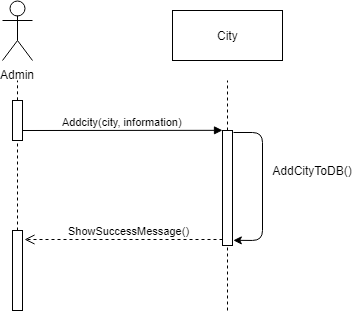
group-c/sw-project keeps this draw.io diagram as Behavioral/Sequence Diagram/Add city.png. Above is the earlier version. Source tidied: cells renumbered, new cells last; positions are measured from the earlier drawing's top-left corner, leaving out a move shared by most shapes. Source of this version:
```xml
<mxGraphModel>
  <root>
    <mxCell id="0" />
    <mxCell id="1" parent="0" />
    <mxCell id="2" value="Admin&lt;br&gt;" style="shape=umlActor;verticalLabelPosition=bottom;labelBackgroundColor=#ffffff;verticalAlign=top;html=1;" parent="1" vertex="1">
      <mxGeometry width="30" height="60" as="geometry" />
    </mxCell>
    <mxCell id="3" style="html=1;points=[];perimeter=orthogonalPerimeter;" parent="1" vertex="1">
      <mxGeometry x="10" y="100" width="10" height="40" as="geometry" />
    </mxCell>
    <mxCell id="4" style="endArrow=none;dashed=1;html=1;" parent="1" edge="1">
      <mxGeometry relative="1" as="geometry">
        <mxPoint x="225" y="130" as="sourcePoint" />
        <mxPoint x="225" y="80" as="targetPoint" />
      </mxGeometry>
    </mxCell>
    <mxCell id="5" value="City" style="html=1;" parent="1" vertex="1">
      <mxGeometry x="170" y="10" width="110" height="50" as="geometry" />
    </mxCell>
    <mxCell id="6" style="html=1;points=[];perimeter=orthogonalPerimeter;" parent="1" vertex="1">
      <mxGeometry x="220" y="130" width="10" height="115" as="geometry" />
    </mxCell>
    <mxCell id="7" value="Addcity(city, information)" style="html=1;verticalAlign=bottom;endArrow=block;entryX=0;entryY=0;exitX=0.922;exitY=0.994;exitDx=0;exitDy=0;exitPerimeter=0;" parent="1" edge="1" target="6">
      <mxGeometry relative="1" as="geometry">
        <mxPoint x="20" y="130" as="sourcePoint" />
      </mxGeometry>
    </mxCell>
    <mxCell id="8" value="ShowSuccessMessage()" style="html=1;verticalAlign=bottom;endArrow=open;dashed=1;endSize=8;exitX=0;exitY=0.95;" parent="1" edge="1" source="6">
      <mxGeometry x="-0.06" relative="1" as="geometry">
        <mxPoint x="22" y="239" as="targetPoint" />
      </mxGeometry>
    </mxCell>
    <mxCell id="9" style="endArrow=none;dashed=1;html=1;exitX=0.523;exitY=0.002;exitDx=0;exitDy=0;exitPerimeter=0;" parent="1" edge="1" source="3">
      <mxGeometry relative="1" as="geometry">
        <mxPoint x="15" y="80" as="targetPoint" />
      </mxGeometry>
    </mxCell>
    <mxCell id="10" style="endArrow=none;dashed=1;html=1;entryX=0.532;entryY=1.01;entryDx=0;entryDy=0;entryPerimeter=0;" parent="1" edge="1" target="3">
      <mxGeometry relative="1" as="geometry">
        <mxPoint x="15" y="230" as="sourcePoint" />
      </mxGeometry>
    </mxCell>
    <mxCell id="11" style="html=1;perimeter=orthogonalPerimeter;" parent="1" vertex="1">
      <mxGeometry x="10" y="230" width="10" height="80" as="geometry" />
    </mxCell>
    <mxCell id="12" style="endArrow=classic;html=1;entryX=1.056;entryY=0.956;entryDx=0;entryDy=0;entryPerimeter=0;" parent="1" edge="1" target="6">
      <mxGeometry relative="1" as="geometry">
        <mxPoint x="231" y="132" as="sourcePoint" />
        <Array as="points">
          <mxPoint x="260" y="132" />
          <mxPoint x="260" y="240" />
        </Array>
      </mxGeometry>
    </mxCell>
    <mxCell id="13" value="AddCityToDB()" style="text;html=1;strokeColor=none;fillColor=none;align=center;verticalAlign=middle;whiteSpace=wrap;rounded=0;" parent="1" vertex="1">
      <mxGeometry x="290" y="160" width="40" height="20" as="geometry" />
    </mxCell>
    <mxCell id="14" style="endArrow=none;dashed=1;html=1;entryX=0.526;entryY=1.002;entryDx=0;entryDy=0;entryPerimeter=0;" parent="1" edge="1" target="6">
      <mxGeometry relative="1" as="geometry">
        <mxPoint x="225" y="310" as="sourcePoint" />
      </mxGeometry>
    </mxCell>
  </root>
</mxGraphModel>
```
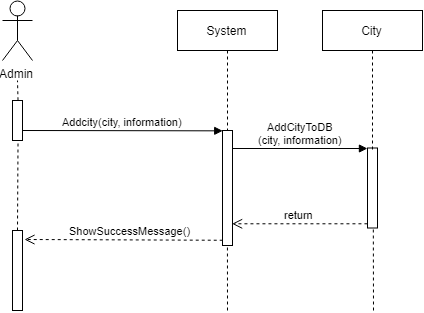
After the change.

Commit message:
Added Add city. Reyhaneh

Change to the diagram source:
```diff
@@ -3,62 +3,61 @@
     <mxCell id="0" />
     <mxCell id="1" parent="0" />
     <mxCell id="2" value="Admin&lt;br&gt;" style="shape=umlActor;verticalLabelPosition=bottom;labelBackgroundColor=#ffffff;verticalAlign=top;html=1;" parent="1" vertex="1">
-      <mxGeometry width="30" height="60" as="geometry" />
+      <mxGeometry x="-60" y="10" width="30" height="60" as="geometry" />
     </mxCell>
-    <mxCell id="3" style="html=1;points=[];perimeter=orthogonalPerimeter;" parent="1" vertex="1">
-      <mxGeometry x="10" y="100" width="10" height="40" as="geometry" />
-    </mxCell>
-    <mxCell id="4" style="endArrow=none;dashed=1;html=1;" parent="1" edge="1">
-      <mxGeometry relative="1" as="geometry">
-        <mxPoint x="225" y="130" as="sourcePoint" />
-        <mxPoint x="225" y="80" as="targetPoint" />
-      </mxGeometry>
-    </mxCell>
-    <mxCell id="5" value="City" style="html=1;" parent="1" vertex="1">
-      <mxGeometry x="170" y="10" width="110" height="50" as="geometry" />
-    </mxCell>
-    <mxCell id="6" style="html=1;points=[];perimeter=orthogonalPerimeter;" parent="1" vertex="1">
-      <mxGeometry x="220" y="130" width="10" height="115" as="geometry" />
-    </mxCell>
+    <mxCell id="15" style="html=1;points=[];perimeter=orthogonalPerimeter;" parent="1" vertex="1">
+      <mxGeometry x="-50" y="110" width="10" height="40" as="geometry" />
+    </mxCell>
+    <mxCell id="16" style="html=1;points=[];perimeter=orthogonalPerimeter;" parent="1" vertex="1">
+      <mxGeometry x="160" y="140" width="10" height="115" as="geometry" />
+    </mxCell>
-    <mxCell id="7" value="Addcity(city, information)" style="html=1;verticalAlign=bottom;endArrow=block;entryX=0;entryY=0;exitX=0.922;exitY=0.994;exitDx=0;exitDy=0;exitPerimeter=0;" parent="1" edge="1" target="6">
+    <mxCell id="7" value="Addcity(city, information)" style="html=1;verticalAlign=bottom;endArrow=block;entryX=0;entryY=0;exitX=0.922;exitY=0.994;exitDx=0;exitDy=0;exitPerimeter=0;" parent="1" edge="1" target="16">
       <mxGeometry relative="1" as="geometry">
-        <mxPoint x="20" y="130" as="sourcePoint" />
+        <mxPoint x="-40" y="140" as="sourcePoint" />
       </mxGeometry>
     </mxCell>
-    <mxCell id="8" value="ShowSuccessMessage()" style="html=1;verticalAlign=bottom;endArrow=open;dashed=1;endSize=8;exitX=0;exitY=0.95;" parent="1" edge="1" source="6">
+    <mxCell id="8" value="ShowSuccessMessage()" style="html=1;verticalAlign=bottom;endArrow=open;dashed=1;endSize=8;exitX=0;exitY=0.95;" parent="1" edge="1" source="16">
       <mxGeometry x="-0.06" relative="1" as="geometry">
-        <mxPoint x="22" y="239" as="targetPoint" />
+        <mxPoint x="-38" y="249" as="targetPoint" />
       </mxGeometry>
     </mxCell>
-    <mxCell id="9" style="endArrow=none;dashed=1;html=1;exitX=0.523;exitY=0.002;exitDx=0;exitDy=0;exitPerimeter=0;" parent="1" edge="1" source="3">
-      <mxGeometry relative="1" as="geometry">
-        <mxPoint x="15" y="80" as="targetPoint" />
-      </mxGeometry>
-    </mxCell>
-    <mxCell id="10" style="endArrow=none;dashed=1;html=1;entryX=0.532;entryY=1.01;entryDx=0;entryDy=0;entryPerimeter=0;" parent="1" edge="1" target="3">
-      <mxGeometry relative="1" as="geometry">
-        <mxPoint x="15" y="230" as="sourcePoint" />
-      </mxGeometry>
-    </mxCell>
-    <mxCell id="11" style="html=1;perimeter=orthogonalPerimeter;" parent="1" vertex="1">
-      <mxGeometry x="10" y="230" width="10" height="80" as="geometry" />
-    </mxCell>
-    <mxCell id="12" style="endArrow=classic;html=1;entryX=1.056;entryY=0.956;entryDx=0;entryDy=0;entryPerimeter=0;" parent="1" edge="1" target="6">
-      <mxGeometry relative="1" as="geometry">
-        <mxPoint x="231" y="132" as="sourcePoint" />
-        <Array as="points">
-          <mxPoint x="260" y="132" />
-          <mxPoint x="260" y="240" />
-        </Array>
-      </mxGeometry>
-    </mxCell>
-    <mxCell id="13" value="AddCityToDB()" style="text;html=1;strokeColor=none;fillColor=none;align=center;verticalAlign=middle;whiteSpace=wrap;rounded=0;" parent="1" vertex="1">
-      <mxGeometry x="290" y="160" width="40" height="20" as="geometry" />
-    </mxCell>
-    <mxCell id="14" style="endArrow=none;dashed=1;html=1;entryX=0.526;entryY=1.002;entryDx=0;entryDy=0;entryPerimeter=0;" parent="1" edge="1" target="6">
-      <mxGeometry relative="1" as="geometry">
-        <mxPoint x="225" y="310" as="sourcePoint" />
-      </mxGeometry>
-    </mxCell>
+    <mxCell id="17" style="endArrow=none;dashed=1;html=1;exitX=0.523;exitY=0.002;exitDx=0;exitDy=0;exitPerimeter=0;" parent="1" edge="1" source="15">
+      <mxGeometry relative="1" as="geometry">
+        <mxPoint x="-45" y="90" as="targetPoint" />
+      </mxGeometry>
+    </mxCell>
+    <mxCell id="18" style="endArrow=none;dashed=1;html=1;entryX=0.532;entryY=1.01;entryDx=0;entryDy=0;entryPerimeter=0;" parent="1" edge="1" target="15">
+      <mxGeometry relative="1" as="geometry">
+        <mxPoint x="-45" y="240" as="sourcePoint" />
+      </mxGeometry>
+    </mxCell>
+    <mxCell id="19" style="html=1;perimeter=orthogonalPerimeter;" parent="1" vertex="1">
+      <mxGeometry x="-50" y="240" width="10" height="80" as="geometry" />
+    </mxCell>
+    <mxCell id="20" style="endArrow=none;dashed=1;html=1;entryX=0.526;entryY=1.002;entryDx=0;entryDy=0;entryPerimeter=0;" parent="1" edge="1" target="16">
+      <mxGeometry relative="1" as="geometry">
+        <mxPoint x="165" y="320" as="sourcePoint" />
+      </mxGeometry>
+    </mxCell>
+    <mxCell id="21" style="html=1;points=[];perimeter=orthogonalPerimeter;" parent="1" vertex="1">
+      <mxGeometry x="305" y="157.5" width="10" height="80" as="geometry" />
+    </mxCell>
+    <mxCell id="22" value="AddCityToDB&lt;br&gt;(city, information)" style="html=1;verticalAlign=bottom;endArrow=block;entryX=0;entryY=0;exitX=0.962;exitY=0.154;exitDx=0;exitDy=0;exitPerimeter=0;" parent="1" edge="1" source="16" target="21">
+      <mxGeometry relative="1" as="geometry" />
+    </mxCell>
+    <mxCell id="23" value="return" style="html=1;verticalAlign=bottom;endArrow=open;dashed=1;endSize=8;exitX=0;exitY=0.95;entryX=1;entryY=0.813;entryDx=0;entryDy=0;entryPerimeter=0;" parent="1" edge="1" source="21" target="16">
+      <mxGeometry relative="1" as="geometry" />
+    </mxCell>
+    <mxCell id="5" value="City" style="shape=umlLifeline;perimeter=lifelinePerimeter;whiteSpace=wrap;html=1;" parent="1" vertex="1">
+      <mxGeometry x="260" y="20" width="100" height="140" as="geometry" />
+    </mxCell>
+    <mxCell id="24" style="endArrow=none;dashed=1;html=1;entryX=0.6;entryY=0.998;entryDx=0;entryDy=0;entryPerimeter=0;" parent="1" edge="1" target="21">
+      <mxGeometry relative="1" as="geometry">
+        <mxPoint x="311" y="320" as="sourcePoint" />
+      </mxGeometry>
+    </mxCell>
+    <mxCell id="25" value="System" style="shape=umlLifeline;perimeter=lifelinePerimeter;whiteSpace=wrap;html=1;" parent="1" vertex="1">
+      <mxGeometry x="115" y="20" width="100" height="120" as="geometry" />
+    </mxCell>
   </root>
 </mxGraphModel>
```
